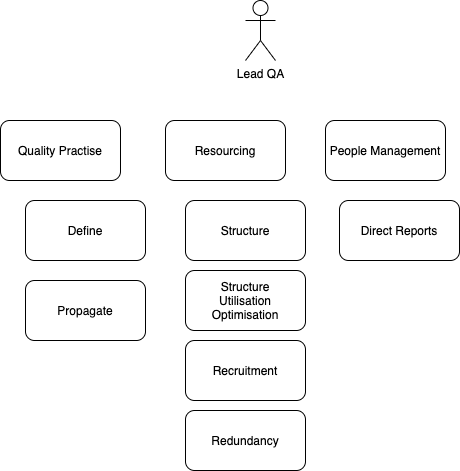
Above: career-planning/qa-lead-role.xml.png in s-gurjit/diagrams (draw.io), before the change. Source tidied: cells renumbered, new cells last; positions are measured from the earlier drawing's top-left corner, leaving out a move shared by most shapes. The source it was exported from:
```xml
<mxGraphModel>
  <root>
    <mxCell id="0" />
    <mxCell id="1" parent="0" />
    <mxCell id="2" value="Lead QA" style="shape=umlActor;verticalLabelPosition=bottom;labelBackgroundColor=#ffffff;verticalAlign=top;html=1;" parent="1" vertex="1">
      <mxGeometry x="245" width="30" height="60" as="geometry" />
    </mxCell>
    <mxCell id="3" value="Quality Practise" style="rounded=1;whiteSpace=wrap;html=1;" parent="1" vertex="1">
      <mxGeometry y="120" width="120" height="60" as="geometry" />
    </mxCell>
    <mxCell id="4" value="Structure" style="rounded=1;whiteSpace=wrap;html=1;" parent="1" vertex="1">
      <mxGeometry x="185" y="200" width="120" height="60" as="geometry" />
    </mxCell>
    <mxCell id="5" value="People Management" style="rounded=1;whiteSpace=wrap;html=1;" parent="1" vertex="1">
      <mxGeometry x="325" y="120" width="120" height="60" as="geometry" />
    </mxCell>
    <mxCell id="6" value="Direct Reports" style="rounded=1;whiteSpace=wrap;html=1;" parent="1" vertex="1">
      <mxGeometry x="339" y="200" width="120" height="60" as="geometry" />
    </mxCell>
    <mxCell id="7" value="Define" style="rounded=1;whiteSpace=wrap;html=1;" parent="1" vertex="1">
      <mxGeometry x="25" y="200" width="120" height="60" as="geometry" />
    </mxCell>
    <mxCell id="8" value="Propagate" style="rounded=1;whiteSpace=wrap;html=1;" parent="1" vertex="1">
      <mxGeometry x="25" y="280" width="120" height="60" as="geometry" />
    </mxCell>
    <mxCell id="9" value="Resourcing" style="rounded=1;whiteSpace=wrap;html=1;" parent="1" vertex="1">
      <mxGeometry x="165" y="120" width="120" height="60" as="geometry" />
    </mxCell>
    <mxCell id="10" value="Recruitment" style="rounded=1;whiteSpace=wrap;html=1;" parent="1" vertex="1">
      <mxGeometry x="185" y="340" width="120" height="60" as="geometry" />
    </mxCell>
    <mxCell id="11" value="Redundancy" style="rounded=1;whiteSpace=wrap;html=1;" parent="1" vertex="1">
      <mxGeometry x="185" y="410" width="120" height="60" as="geometry" />
    </mxCell>
    <mxCell id="12" value="Structure&lt;br&gt;Utilisation&lt;br&gt;Optimisation" style="rounded=1;whiteSpace=wrap;html=1;" parent="1" vertex="1">
      <mxGeometry x="185" y="270" width="120" height="60" as="geometry" />
    </mxCell>
  </root>
</mxGraphModel>
```
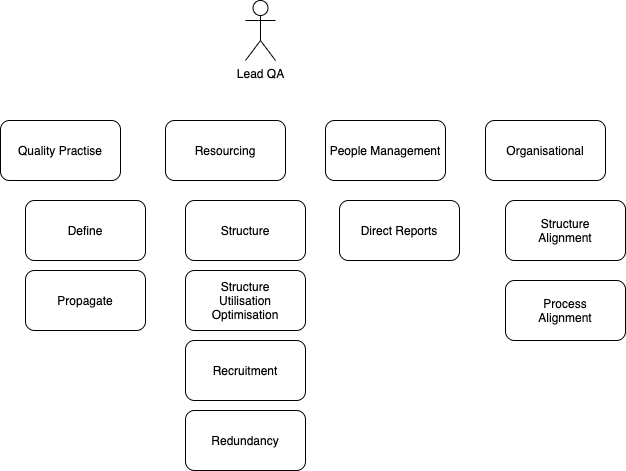
The same file after the commit.

What changed in the source:
```diff
@@ -21,7 +21,7 @@
       <mxGeometry x="25" y="200" width="120" height="60" as="geometry" />
     </mxCell>
     <mxCell id="8" value="Propagate" style="rounded=1;whiteSpace=wrap;html=1;" parent="1" vertex="1">
-      <mxGeometry x="25" y="280" width="120" height="60" as="geometry" />
+      <mxGeometry x="25" y="270" width="120" height="60" as="geometry" />
     </mxCell>
     <mxCell id="9" value="Resourcing" style="rounded=1;whiteSpace=wrap;html=1;" parent="1" vertex="1">
       <mxGeometry x="165" y="120" width="120" height="60" as="geometry" />
@@ -35,5 +35,14 @@
     <mxCell id="12" value="Structure&lt;br&gt;Utilisation&lt;br&gt;Optimisation" style="rounded=1;whiteSpace=wrap;html=1;" parent="1" vertex="1">
       <mxGeometry x="185" y="270" width="120" height="60" as="geometry" />
     </mxCell>
+    <mxCell id="13" value="Organisational" style="rounded=1;whiteSpace=wrap;html=1;" parent="1" vertex="1">
+      <mxGeometry x="485" y="120" width="120" height="60" as="geometry" />
+    </mxCell>
+    <mxCell id="14" value="Structure&lt;br&gt;Alignment" style="rounded=1;whiteSpace=wrap;html=1;" parent="1" vertex="1">
+      <mxGeometry x="505" y="200" width="120" height="60" as="geometry" />
+    </mxCell>
+    <mxCell id="15" value="Process&lt;br&gt;Alignment" style="rounded=1;whiteSpace=wrap;html=1;" parent="1" vertex="1">
+      <mxGeometry x="505" y="280" width="120" height="60" as="geometry" />
+    </mxCell>
   </root>
 </mxGraphModel>
```
